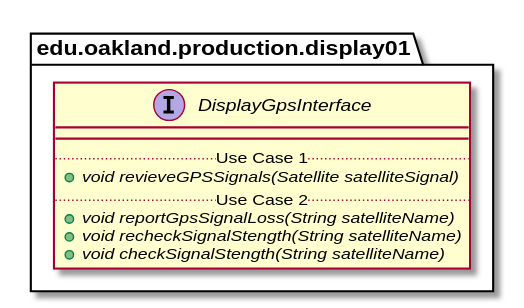
The PlantUML diagram docs/uml-class-diagrams/display01/production/DisplayGpsInterface/DisplayGpsInterface.svg in andrewdimmer/csi-3370-software-project, before a commit.
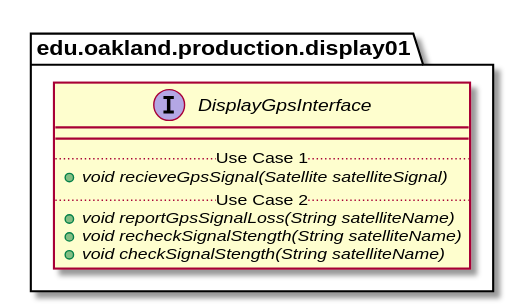
The same diagram one commit later.

Diff of the diagram source:
```diff
@@ -4,7 +4,7 @@
     interface DisplayGpsInterface {
         __
         .. Use Case 1 ..
-        {abstract} + void revieveGPSSignals(Satellite satelliteSignal)
+        {abstract} + void recieveGpsSignal(Satellite satelliteSignal)
         .. Use Case 2 ..
         {abstract} + void reportGpsSignalLoss(String satelliteName)
         {abstract} + void recheckSignalStength(String satelliteName)
```
